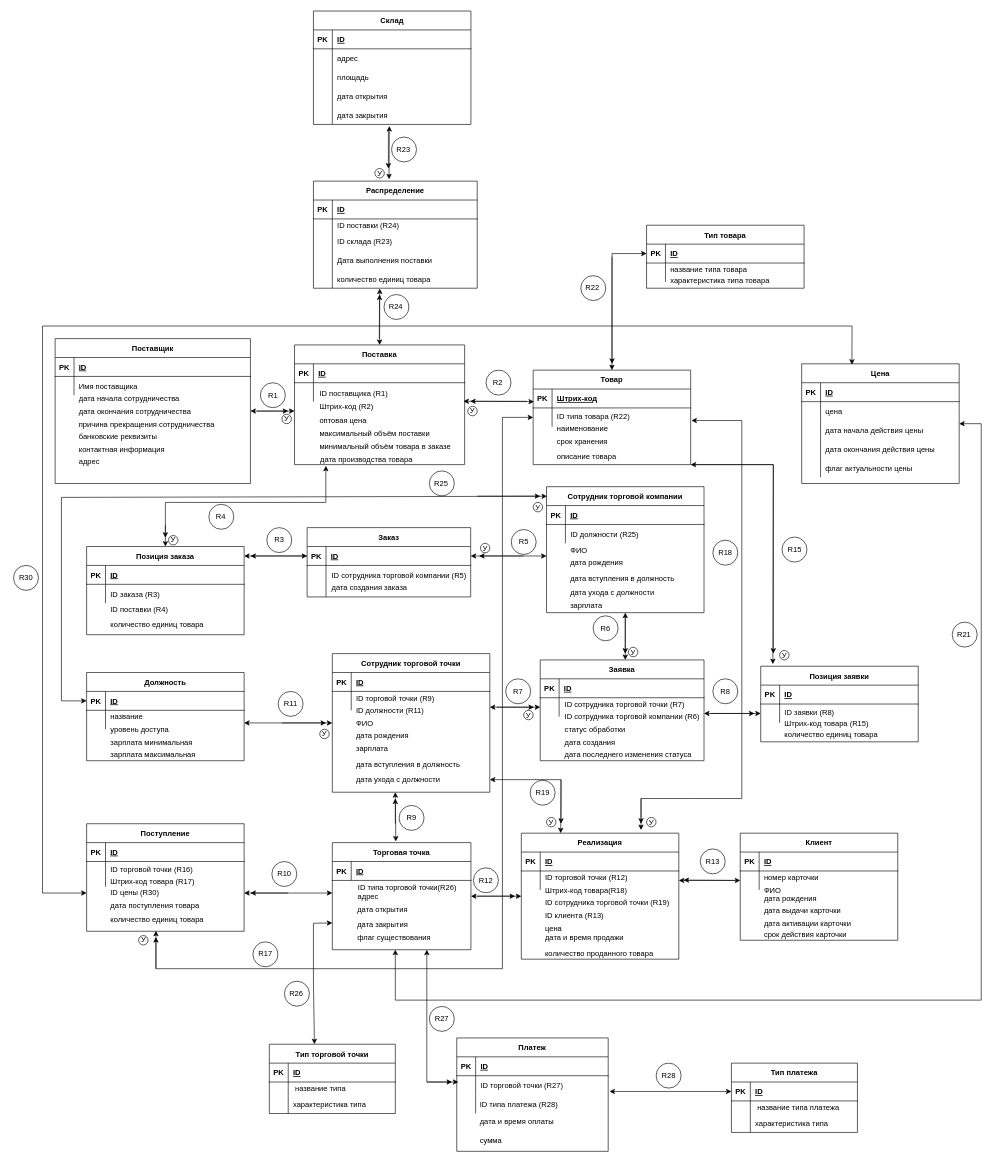
This is docs/diagrams/ER.drawio from Wact/nstu-fami-7semester-dbes-project, a draw.io file, before an edit. Source tidied: cells renumbered, new cells numbered last; positions are measured from the earlier drawing's top-left corner, leaving out a move shared by most shapes. Both pictures are drawn from the tidied source at 63%, with x=0, y=0 at pixel (11, 11).
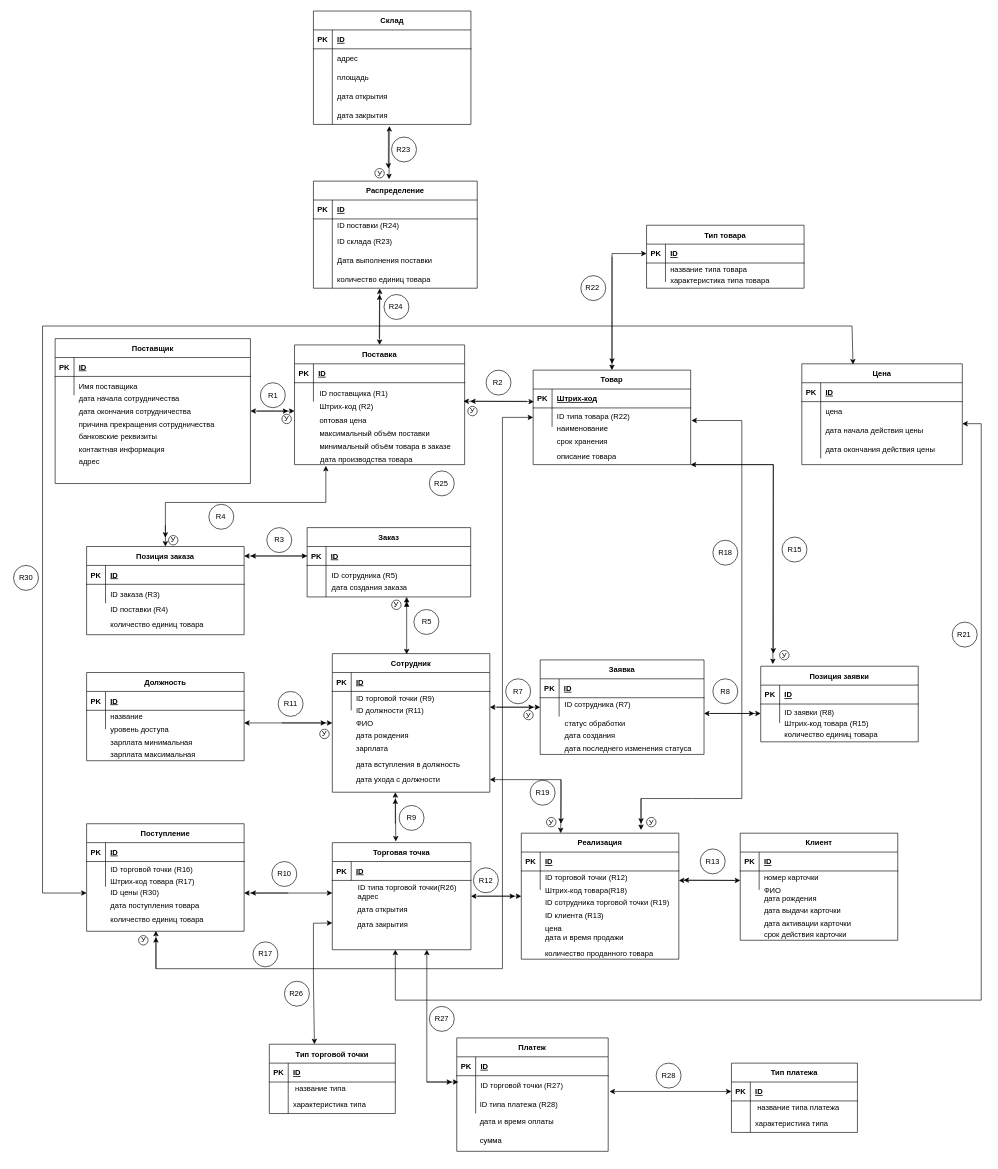
The same page after the edit.

Unchanged cells that the change refers to:
```xml
<mxCell id="16" style="group;" parent="1" vertex="1">
  <mxGeometry x="470" y="820" width="270" height="110" as="geometry" />
</mxCell>
<mxCell id="18" style="shape=partialRectangle;fillColor=none;points=[[0,0.5],[1,0.5]];portConstraint=eastwest;top=0;left=0;right=0;bottom=1;" parent="17" vertex="1">
  <mxGeometry y="30" width="259.6" height="30" as="geometry" />
</mxCell>
<mxCell id="112" style="group;" parent="1" vertex="1">
  <mxGeometry x="840" y="1030" width="260" height="160" as="geometry" />
</mxCell>
<mxCell id="139" style="group;" parent="1" vertex="1">
  <mxGeometry x="510" y="1020" width="250" height="220" as="geometry" />
</mxCell>
<mxCell id="157" style="shape=partialRectangle;fillColor=none;points=[[0,0.5],[1,0.5]];portConstraint=eastwest;top=0;left=0;right=0;bottom=1;" parent="156" vertex="1">
  <mxGeometry y="30" width="250" height="30" as="geometry" />
</mxCell>
<mxCell id="229" style="group;" parent="228" vertex="1">
  <mxGeometry width="220" height="180" as="geometry" />
</mxCell>
```

What changed in the source:
```diff
@@
-    <mxCell id="24" value="ID сотрудника торговой компании (R5)" style="shape=partialRectangle;overflow=hidden;fillColor=none;top=0;left=0;bottom=0;right=0;align=left;spacingLeft=6;" parent="16" vertex="1">
+    <mxCell id="24" value="ID сотрудника (R5)" style="shape=partialRectangle;overflow=hidden;fillColor=none;top=0;left=0;bottom=0;right=0;align=left;spacingLeft=6;" parent="16" vertex="1">
       <mxGeometry x="31.2" y="60" width="238.8" height="30" as="geometry" />
     </mxCell>
@@
     <mxCell id="35" style="group;" parent="1" vertex="1">
-      <mxGeometry x="790" y="823" width="47.5" height="40" as="geometry" />
+      <mxGeometry x="635.5" y="950" width="47.5" height="40" as="geometry" />
     </mxCell>
@@
-    <mxCell id="41" style="group;" parent="1" vertex="1">
-      <mxGeometry x="920" y="960" width="47.5" height="40" as="geometry" />
-    </mxCell>
-    <mxCell id="42" style="ellipse;whiteSpace=wrap;html=1;labelBackgroundColor=#FFFFFF;align=left;" parent="41" vertex="1">
-      <mxGeometry x="4" width="39.6" height="39.6" as="geometry" />
-    </mxCell>
-    <mxCell id="43" value="R6" style="text;html=1;strokeColor=none;fillColor=none;align=center;verticalAlign=middle;whiteSpace=wrap;rounded=0;labelBackgroundColor=#FFFFFF;" parent="41" vertex="1">
-      <mxGeometry y="7.8" width="47.5" height="24" as="geometry" />
-    </mxCell>
@@
-    <mxCell id="59" style="group;" parent="1" vertex="1">
-      <mxGeometry x="850" y="755" width="250" height="200" as="geometry" />
-    </mxCell>
-    <mxCell id="60" value="Сотрудник торговой компании" style="shape=table;startSize=30;childLayout=tableLayout;rowLines=0;fontStyle=1;align=center;" parent="59" vertex="1">
-      <mxGeometry width="250" height="200" as="geometry" />
-    </mxCell>
-    <mxCell id="61" style="shape=partialRectangle;fillColor=none;top=0;left=0;right=0;bottom=1;" parent="60" vertex="1">
-      <mxGeometry y="30" width="250" height="30" as="geometry" />
-    </mxCell>
-    <mxCell id="62" value="PK" style="shape=partialRectangle;overflow=hidden;fillColor=none;top=0;left=0;bottom=0;right=0;fontStyle=1;" parent="61" vertex="1">
-      <mxGeometry width="30" height="30" as="geometry" />
-    </mxCell>
-    <mxCell id="63" value="ID" style="shape=partialRectangle;overflow=hidden;fillColor=none;top=0;left=0;bottom=0;right=0;align=left;spacingLeft=6;fontStyle=5;" parent="61" vertex="1">
-      <mxGeometry x="30" width="220" height="30" as="geometry" />
-    </mxCell>
-    <mxCell id="64" style="shape=partialRectangle;fillColor=none;top=0;left=0;right=0;bottom=0;" parent="60" vertex="1">
-      <mxGeometry y="60" width="250" height="30" as="geometry" />
-    </mxCell>
-    <mxCell id="65" style="shape=partialRectangle;overflow=hidden;fillColor=none;top=0;left=0;bottom=0;right=0;" parent="64" vertex="1">
-      <mxGeometry width="30" height="30" as="geometry" />
-    </mxCell>
-    <mxCell id="66" value="ID должности (R25)" style="shape=partialRectangle;overflow=hidden;fillColor=none;top=0;left=0;bottom=0;right=0;align=left;spacingLeft=6;" parent="64" vertex="1">
-      <mxGeometry x="30" width="220" height="30" as="geometry" />
-    </mxCell>
-    <mxCell id="67" value="дата рождения" style="shape=partialRectangle;overflow=hidden;fillColor=none;top=0;left=0;bottom=0;right=0;align=left;spacingLeft=6;" parent="59" vertex="1">
-      <mxGeometry x="30" y="109.3" width="220" height="22.6" as="geometry" />
-    </mxCell>
-    <mxCell id="68" value="дата вступления в должность" style="shape=partialRectangle;overflow=hidden;fillColor=none;top=0;left=0;bottom=0;right=0;align=left;spacingLeft=6;" parent="59" vertex="1">
-      <mxGeometry x="30" y="131.9" width="220" height="28.1" as="geometry" />
-    </mxCell>
-    <mxCell id="69" value="дата ухода с должности" style="shape=partialRectangle;overflow=hidden;fillColor=none;top=0;left=0;bottom=0;right=0;align=left;spacingLeft=6;" parent="59" vertex="1">
-      <mxGeometry x="30" y="160" width="220" height="15.7" as="geometry" />
-    </mxCell>
-    <mxCell id="70" value="ФИО" style="shape=partialRectangle;overflow=hidden;fillColor=none;top=0;left=0;bottom=0;right=0;align=left;spacingLeft=6;" parent="59" vertex="1">
-      <mxGeometry x="30" y="88.7" width="220" height="22.6" as="geometry" />
-    </mxCell>
-    <mxCell id="71" value="зарплата" style="shape=partialRectangle;overflow=hidden;fillColor=none;top=0;left=0;bottom=0;right=0;align=left;spacingLeft=6;" parent="59" vertex="1">
-      <mxGeometry x="30" y="180" width="220" height="15.7" as="geometry" />
-    </mxCell>
@@
     <mxCell id="113" value="Заявка" style="shape=table;startSize=30;childLayout=tableLayout;rowLines=0;fontStyle=1;align=center;" parent="112" vertex="1">
-      <mxGeometry width="260" height="160" as="geometry" />
+      <mxGeometry width="260" height="150" as="geometry" />
     </mxCell>
@@
-    <mxCell id="120" value="ID сотрудника торговой точки (R7)" style="shape=partialRectangle;overflow=hidden;fillColor=none;top=0;left=0;bottom=0;right=0;align=left;spacingLeft=6;" parent="112" vertex="1">
+    <mxCell id="120" value="ID сотрудника (R7)" style="shape=partialRectangle;overflow=hidden;fillColor=none;top=0;left=0;bottom=0;right=0;align=left;spacingLeft=6;" parent="112" vertex="1">
       <mxGeometry x="31.2" y="60" width="228.8" height="20" as="geometry" />
     </mxCell>
-    <mxCell id="121" value="ID сотрудника торговой компании (R6)" style="shape=partialRectangle;overflow=hidden;fillColor=none;top=0;left=0;bottom=0;right=0;align=left;spacingLeft=6;" parent="112" vertex="1">
-      <mxGeometry x="31.2" y="80" width="228.8" height="20" as="geometry" />
-    </mxCell>
     <mxCell id="122" value="статус обработки" style="shape=partialRectangle;overflow=hidden;fillColor=none;top=0;left=0;bottom=0;right=0;align=left;spacingLeft=6;" parent="112" vertex="1">
-      <mxGeometry x="31.2" y="100" width="228.8" height="20" as="geometry" />
+      <mxGeometry x="31.2" y="90" width="228.8" height="20" as="geometry" />
     </mxCell>
     <mxCell id="123" value="дата создания" style="shape=partialRectangle;overflow=hidden;fillColor=none;top=0;left=0;bottom=0;right=0;align=left;spacingLeft=6;" parent="112" vertex="1">
-      <mxGeometry x="31.2" y="120" width="228.8" height="20" as="geometry" />
+      <mxGeometry x="31.2" y="110" width="228.8" height="20" as="geometry" />
     </mxCell>
     <mxCell id="124" value="дата последнего изменения статуса" style="shape=partialRectangle;overflow=hidden;fillColor=none;top=0;left=0;bottom=0;right=0;align=left;spacingLeft=6;" parent="112" vertex="1">
-      <mxGeometry x="31.2" y="140" width="228.8" height="20" as="geometry" />
+      <mxGeometry x="31.2" y="130" width="228.8" height="20" as="geometry" />
     </mxCell>
@@
-    <mxCell id="140" value="Сотрудник торговой точки" style="shape=table;startSize=30;childLayout=tableLayout;rowLines=0;fontStyle=1;align=center;" parent="139" vertex="1">
+    <mxCell id="140" value="Сотрудник" style="shape=table;startSize=30;childLayout=tableLayout;rowLines=0;fontStyle=1;align=center;" parent="139" vertex="1">
       <mxGeometry width="250" height="220" as="geometry" />
     </mxCell>
@@
     <mxCell id="201" style="group;" parent="1" vertex="1">
-      <mxGeometry x="1250" y="560" width="260" height="210" as="geometry" />
+      <mxGeometry x="1250" y="560" width="270" height="210" as="geometry" />
     </mxCell>
     <mxCell id="202" value="Цена" style="shape=table;startSize=30;childLayout=tableLayout;rowLines=0;fontStyle=1;align=center;" parent="201" vertex="1">
-      <mxGeometry x="5" width="250" height="190" as="geometry" />
+      <mxGeometry x="5.2" width="254.8" height="160" as="geometry" />
     </mxCell>
     <mxCell id="203" style="shape=partialRectangle;fillColor=none;top=0;left=0;right=0;bottom=1;" parent="202" vertex="1">
-      <mxGeometry y="30" width="250" height="30" as="geometry" />
+      <mxGeometry y="30" width="254.8" height="30" as="geometry" />
     </mxCell>
@@
     <mxCell id="205" value="ID" style="shape=partialRectangle;overflow=hidden;fillColor=none;top=0;left=0;bottom=0;right=0;align=left;spacingLeft=6;fontStyle=5;" parent="203" vertex="1">
-      <mxGeometry x="30" width="220" height="30" as="geometry" />
+      <mxGeometry x="30" width="224.8" height="30" as="geometry" />
     </mxCell>
     <mxCell id="206" style="shape=partialRectangle;fillColor=none;top=0;left=0;right=0;bottom=0;" parent="202" vertex="1">
-      <mxGeometry y="60" width="250" height="30" as="geometry" />
+      <mxGeometry y="60" width="254.8" height="30" as="geometry" />
     </mxCell>
@@
     <mxCell id="208" value="цена" style="shape=partialRectangle;overflow=hidden;fillColor=none;top=0;left=0;bottom=0;right=0;align=left;spacingLeft=6;" parent="206" vertex="1">
-      <mxGeometry x="30" width="220" height="30" as="geometry" />
+      <mxGeometry x="30" width="224.8" height="30" as="geometry" />
     </mxCell>
     <mxCell id="209" style="shape=partialRectangle;fillColor=none;top=0;left=0;bottom=0;right=0;" parent="202" vertex="1">
-      <mxGeometry y="90" width="250" height="30" as="geometry" />
+      <mxGeometry y="90" width="254.8" height="30" as="geometry" />
     </mxCell>
@@
     <mxCell id="211" value="дата начала действия цены" style="shape=partialRectangle;fillColor=none;top=0;left=0;bottom=0;right=0;align=left;spacingLeft=6;overflow=hidden;" parent="209" vertex="1">
-      <mxGeometry x="30" width="220" height="30" as="geometry" />
+      <mxGeometry x="30" width="224.8" height="30" as="geometry" />
     </mxCell>
     <mxCell id="212" style="shape=partialRectangle;fillColor=none;top=0;left=0;bottom=0;right=0;" parent="202" vertex="1">
-      <mxGeometry y="120" width="250" height="30" as="geometry" />
+      <mxGeometry y="120" width="254.8" height="30" as="geometry" />
     </mxCell>
@@
     <mxCell id="214" value="дата окончания действия цены" style="shape=partialRectangle;fillColor=none;top=0;left=0;bottom=0;right=0;align=left;spacingLeft=6;overflow=hidden;" parent="212" vertex="1">
-      <mxGeometry x="30" width="220" height="30" as="geometry" />
+      <mxGeometry x="30" width="224.8" height="30" as="geometry" />
     </mxCell>
-    <mxCell id="215" style="shape=partialRectangle;fillColor=none;top=0;left=0;bottom=0;right=0;" parent="202" vertex="1">
-      <mxGeometry y="150" width="250" height="30" as="geometry" />
-    </mxCell>
-    <mxCell id="216" style="shape=partialRectangle;fillColor=none;top=0;left=0;bottom=0;right=0;overflow=hidden;" parent="215" vertex="1">
-      <mxGeometry width="30" height="30" as="geometry" />
-    </mxCell>
-    <mxCell id="217" value="флаг актуальности цены" style="shape=partialRectangle;fillColor=none;top=0;left=0;bottom=0;right=0;align=left;spacingLeft=6;overflow=hidden;" parent="215" vertex="1">
-      <mxGeometry x="30" width="220" height="30" as="geometry" />
-    </mxCell>
@@
-    <mxCell id="224" style="endArrow=classic;startArrow=classic;html=1;rounded=0;exitX=1;exitY=0.5;exitDx=0;exitDy=0;" parent="1" edge="1" source="18">
+    <mxCell id="224" style="endArrow=classic;startArrow=doubleBlock;html=1;rounded=0;entryX=0.472;entryY=0.005;entryDx=0;entryDy=0;entryPerimeter=0;startFill=1;" parent="1" edge="1" target="140">
       <mxGeometry relative="1" as="geometry">
-        <mxPoint x="850" y="865" as="targetPoint" />
+        <mxPoint x="628" y="930" as="sourcePoint" />
       </mxGeometry>
     </mxCell>
-    <mxCell id="225" style="endArrow=classic;html=1;rounded=0;" parent="1" edge="1">
-      <mxGeometry relative="1" as="geometry">
-        <mxPoint x="813" y="865" as="sourcePoint" />
-        <mxPoint x="743" y="865" as="targetPoint" />
-      </mxGeometry>
-    </mxCell>
@@
-    <mxCell id="238" value="флаг существования" style="shape=partialRectangle;overflow=hidden;fillColor=none;top=0;left=0;bottom=0;right=0;align=left;spacingLeft=6;" parent="229" vertex="1">
-      <mxGeometry x="32" y="140" width="176.6" height="20" as="geometry" />
-    </mxCell>
@@
-    <mxCell id="253" style="endArrow=classic;startArrow=classic;html=1;rounded=0;entryX=0.5;entryY=1;entryDx=0;entryDy=0;" parent="1" edge="1" target="60">
-      <mxGeometry relative="1" as="geometry">
-        <mxPoint x="975" y="1030" as="sourcePoint" />
-      </mxGeometry>
-    </mxCell>
-    <mxCell id="254" style="endArrow=classic;html=1;rounded=0;" parent="1" edge="1">
-      <mxGeometry relative="1" as="geometry">
-        <mxPoint x="975" y="960" as="sourcePoint" />
-        <mxPoint x="975" y="1020" as="targetPoint" />
-      </mxGeometry>
-    </mxCell>
@@
-    <mxCell id="272" style="endArrow=classic;startArrow=classic;html=1;rounded=0;entryX=1;entryY=0.5;entryDx=0;entryDy=0;" parent="1" edge="1" target="202">
+    <mxCell id="272" style="endArrow=classic;startArrow=classic;html=1;rounded=0;" parent="1" edge="1">
       <mxGeometry relative="1" as="geometry">
         <mxPoint x="610" y="1490" as="sourcePoint" />
+        <mxPoint x="1510" y="655" as="targetPoint" />
         <Array as="points">
           <mxPoint x="610" y="1570" />
           <mxPoint x="1540" y="1570" />
           <mxPoint x="1540" y="655" />
         </Array>
       </mxGeometry>
     </mxCell>
@@
-    <mxCell id="387" style="endArrow=classic;startArrow=classic;html=1;rounded=0;exitX=0;exitY=0.5;exitDx=0;exitDy=0;entryX=0.003;entryY=0.076;entryDx=0;entryDy=0;entryPerimeter=0;" parent="1" edge="1" source="157" target="60">
-      <mxGeometry relative="1" as="geometry">
-        <Array as="points">
-          <mxPoint x="80" y="1095" />
-          <mxPoint x="80" y="772" />
-        </Array>
-      </mxGeometry>
-    </mxCell>
@@
     <mxCell id="416" value="У" style="ellipse;whiteSpace=wrap;html=1;" parent="1" vertex="1">
-      <mxGeometry x="745" y="845" width="15" height="15" as="geometry" />
+      <mxGeometry x="604.2" y="935" width="15" height="15" as="geometry" />
     </mxCell>
-    <mxCell id="417" value="У" style="ellipse;whiteSpace=wrap;html=1;" parent="1" vertex="1">
-      <mxGeometry x="980" y="1010" width="15" height="15" as="geometry" />
-    </mxCell>
@@
-    <mxCell id="421" style="endArrow=classic;html=1;rounded=0;" parent="1" edge="1">
-      <mxGeometry relative="1" as="geometry">
-        <mxPoint x="740" y="770" as="sourcePoint" />
-        <mxPoint x="840" y="770" as="targetPoint" />
-      </mxGeometry>
-    </mxCell>
-    <mxCell id="422" value="У" style="ellipse;whiteSpace=wrap;html=1;" parent="1" vertex="1">
-      <mxGeometry x="828.8" y="780" width="15" height="15" as="geometry" />
-    </mxCell>
```
